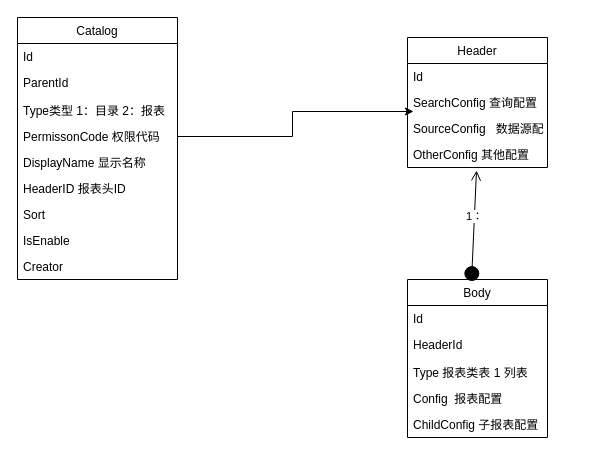
panpan92/Message-board keeps this draw.io diagram as 未命名绘图.drawio. Above is the earlier version. Source tidied: cells renumbered, new cells numbered last; positions are measured from the earlier drawing's top-left corner, leaving out a move shared by most shapes. Both pictures are drawn from the tidied source at 100%, with x=0, y=0 at pixel (17, 17).
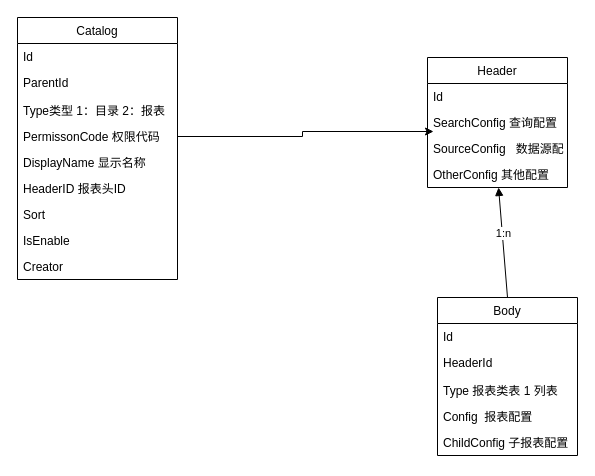
The same diagram, later.

Unchanged cells that the change refers to:
```xml
<mxCell id="6" value="PermissonCode 权限代码" style="text;strokeColor=none;fillColor=none;align=left;verticalAlign=top;spacingLeft=4;spacingRight=4;overflow=hidden;points=[[0,0.5],[1,0.5]];portConstraint=eastwest;" parent="2" vertex="1">
  <mxGeometry y="106" width="160" height="26" as="geometry" />
</mxCell>
<mxCell id="15" value="SourceConfig   数据源配置&#10;" style="text;strokeColor=none;fillColor=none;align=left;verticalAlign=top;spacingLeft=4;spacingRight=4;overflow=hidden;points=[[0,0.5],[1,0.5]];portConstraint=eastwest;" parent="12" vertex="1">
  <mxGeometry y="78" width="140" height="26" as="geometry" />
</mxCell>
<mxCell id="16" value="OtherConfig 其他配置 " style="text;strokeColor=none;fillColor=none;align=left;verticalAlign=top;spacingLeft=4;spacingRight=4;overflow=hidden;points=[[0,0.5],[1,0.5]];portConstraint=eastwest;" parent="12" vertex="1">
  <mxGeometry y="104" width="140" height="26" as="geometry" />
</mxCell>
```

The edit, as a diff of the source:
```diff
@@
     <mxCell id="12" value="Header" style="swimlane;fontStyle=0;horizontal=1;startSize=26;fillColor=none;" parent="1" vertex="1">
-      <mxGeometry x="390" y="20" width="140" height="130" as="geometry" />
+      <mxGeometry x="410" y="40" width="140" height="130" as="geometry" />
     </mxCell>
@@
     <mxCell id="17" value="Body" style="swimlane;fontStyle=0;horizontal=1;startSize=26;fillColor=none;" parent="1" vertex="1">
-      <mxGeometry x="390" y="262" width="140" height="158" as="geometry" />
+      <mxGeometry x="420" y="280" width="140" height="158" as="geometry" />
     </mxCell>
@@
+    <mxCell id="24" style="edgeStyle=orthogonalEdgeStyle;rounded=0;jettySize=auto;html=1;entryX=0.043;entryY=-0.154;entryDx=0;entryDy=0;entryPerimeter=0;" parent="1" edge="1" source="6" target="15">
+      <mxGeometry relative="1" as="geometry" />
+    </mxCell>
-    <mxCell id="23" value="1：" style="html=1;verticalAlign=bottom;startArrow=circle;startFill=1;endArrow=open;startSize=6;endSize=8;rounded=0;entryX=0.493;entryY=1.115;entryDx=0;entryDy=0;entryPerimeter=0;exitX=0.457;exitY=0.013;exitDx=0;exitDy=0;exitPerimeter=0;" parent="1" edge="1" source="17" target="16">
+    <mxCell id="23" value="1:n" style="html=1;verticalAlign=bottom;endArrow=block;rounded=0;exitX=0.5;exitY=0;exitDx=0;exitDy=0;" parent="1" edge="1" source="17" target="16">
       <mxGeometry relative="1" as="geometry" />
     </mxCell>
-    <mxCell id="24" style="edgeStyle=orthogonalEdgeStyle;rounded=0;jettySize=auto;html=1;entryX=0.043;entryY=-0.154;entryDx=0;entryDy=0;entryPerimeter=0;" parent="1" edge="1" source="6" target="15">
-      <mxGeometry relative="1" as="geometry" />
-    </mxCell>
```
